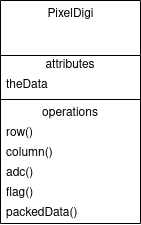
Before: docs/cmssw/cpu/img/uml_PixelDigi.png, a diagram exported from draw.io (CMSTrackerDPG/cms-tkdpg-software-knowledge-transfer). Source tidied: cells renumbered, new cells last; positions are measured from the earlier drawing's top-left corner, leaving out a move shared by most shapes.
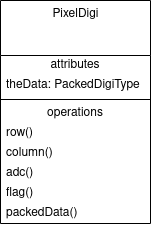
After the change.

The edit, as a diff of the source:
```diff
@@ -3,34 +3,34 @@
     <mxCell id="0" />
     <mxCell id="1" parent="0" />
     <mxCell id="2" value="PixelDigi" style="swimlane;fontStyle=0;align=center;verticalAlign=top;horizontal=1;startSize=55;html=1;" parent="1" vertex="1">
-      <mxGeometry width="140" height="223" as="geometry" />
+      <mxGeometry width="150" height="223" as="geometry" />
     </mxCell>
     <mxCell id="3" value="attributes" style="text;html=1;strokeColor=none;fillColor=none;align=center;verticalAlign=middle;spacingLeft=4;spacingRight=4;overflow=hidden;" parent="2" vertex="1">
-      <mxGeometry y="55" width="140" height="20" as="geometry" />
+      <mxGeometry y="55" width="150" height="20" as="geometry" />
     </mxCell>
-    <mxCell id="4" value="theData" style="text;html=1;strokeColor=none;fillColor=none;align=left;verticalAlign=middle;spacingLeft=4;spacingRight=4;overflow=hidden;" parent="2" vertex="1">
-      <mxGeometry y="75" width="140" height="20" as="geometry" />
+    <mxCell id="4" value="theData: PackedDigiType" style="text;html=1;strokeColor=none;fillColor=none;align=left;verticalAlign=middle;spacingLeft=4;spacingRight=4;overflow=hidden;" parent="2" vertex="1">
+      <mxGeometry y="75" width="150" height="20" as="geometry" />
     </mxCell>
     <mxCell id="5" style="line;strokeWidth=1;fillColor=none;align=left;verticalAlign=middle;spacingTop=-1;spacingLeft=3;spacingRight=3;labelPosition=right;" parent="2" vertex="1">
-      <mxGeometry y="95" width="140" height="8" as="geometry" />
+      <mxGeometry y="95" width="150" height="8" as="geometry" />
     </mxCell>
     <mxCell id="6" value="operations" style="text;html=1;strokeColor=none;fillColor=none;align=center;verticalAlign=middle;spacingLeft=4;spacingRight=4;overflow=hidden;" parent="2" vertex="1">
-      <mxGeometry y="103" width="140" height="20" as="geometry" />
+      <mxGeometry y="103" width="150" height="20" as="geometry" />
     </mxCell>
     <mxCell id="7" value="row()" style="text;html=1;strokeColor=none;fillColor=none;align=left;verticalAlign=middle;spacingLeft=4;spacingRight=4;overflow=hidden;" parent="2" vertex="1">
-      <mxGeometry y="123" width="140" height="20" as="geometry" />
+      <mxGeometry y="123" width="150" height="20" as="geometry" />
     </mxCell>
     <mxCell id="8" value="column()" style="text;html=1;strokeColor=none;fillColor=none;align=left;verticalAlign=middle;spacingLeft=4;spacingRight=4;overflow=hidden;" parent="2" vertex="1">
-      <mxGeometry y="143" width="140" height="20" as="geometry" />
+      <mxGeometry y="143" width="150" height="20" as="geometry" />
     </mxCell>
     <mxCell id="9" value="adc()" style="text;html=1;strokeColor=none;fillColor=none;align=left;verticalAlign=middle;spacingLeft=4;spacingRight=4;overflow=hidden;" parent="2" vertex="1">
-      <mxGeometry y="163" width="140" height="20" as="geometry" />
+      <mxGeometry y="163" width="150" height="20" as="geometry" />
     </mxCell>
     <mxCell id="10" value="flag()" style="text;html=1;strokeColor=none;fillColor=none;align=left;verticalAlign=middle;spacingLeft=4;spacingRight=4;overflow=hidden;" parent="2" vertex="1">
-      <mxGeometry y="183" width="140" height="20" as="geometry" />
+      <mxGeometry y="183" width="150" height="20" as="geometry" />
     </mxCell>
     <mxCell id="11" value="packedData()" style="text;html=1;strokeColor=none;fillColor=none;align=left;verticalAlign=middle;spacingLeft=4;spacingRight=4;overflow=hidden;" parent="2" vertex="1">
-      <mxGeometry y="203" width="140" height="20" as="geometry" />
+      <mxGeometry y="203" width="150" height="20" as="geometry" />
     </mxCell>
   </root>
 </mxGraphModel>
```
